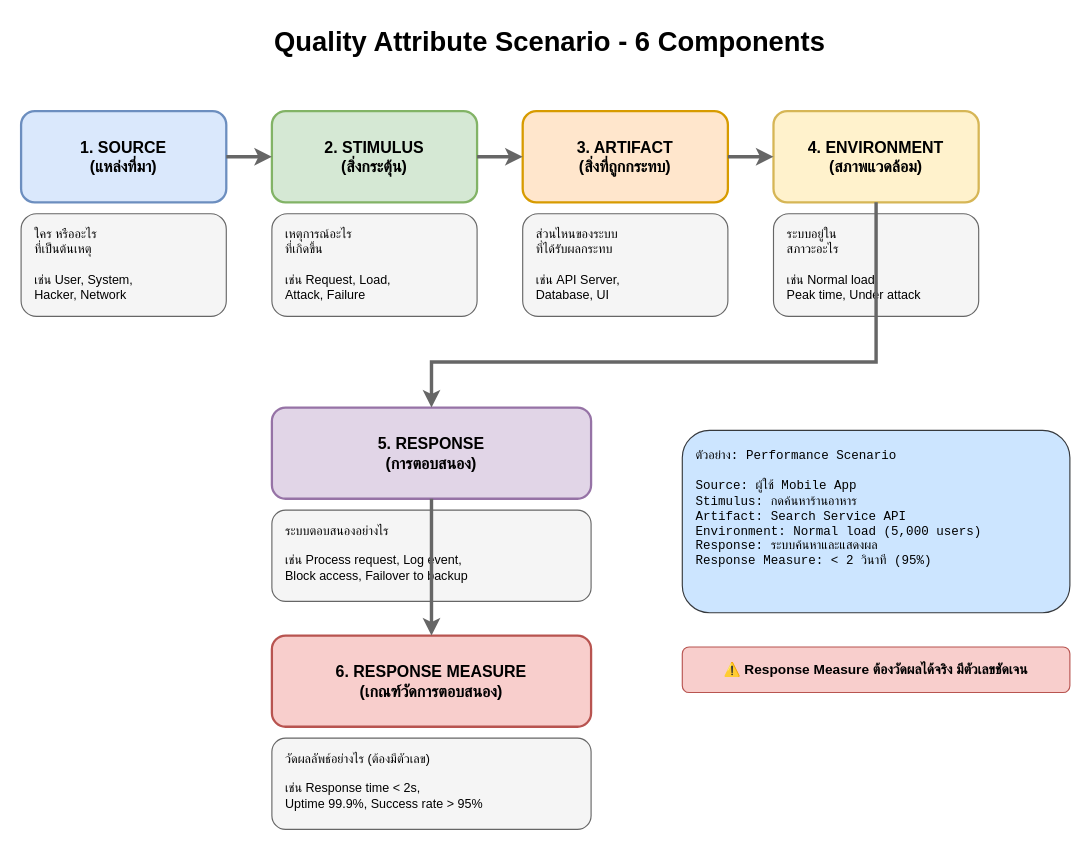
Before: page "diagram2_qa_scenario_structure" (2 of 5) of week2/engse207_week2.drawio in se-rmutl/engse207, a draw.io diagram. Source tidied: cells renumbered, new cells numbered last; positions are measured from the earlier drawing's top-left corner, leaving out a move shared by most shapes. Both pictures are drawn from the tidied source at 114%, with x=0, y=0 at pixel (21, 19).
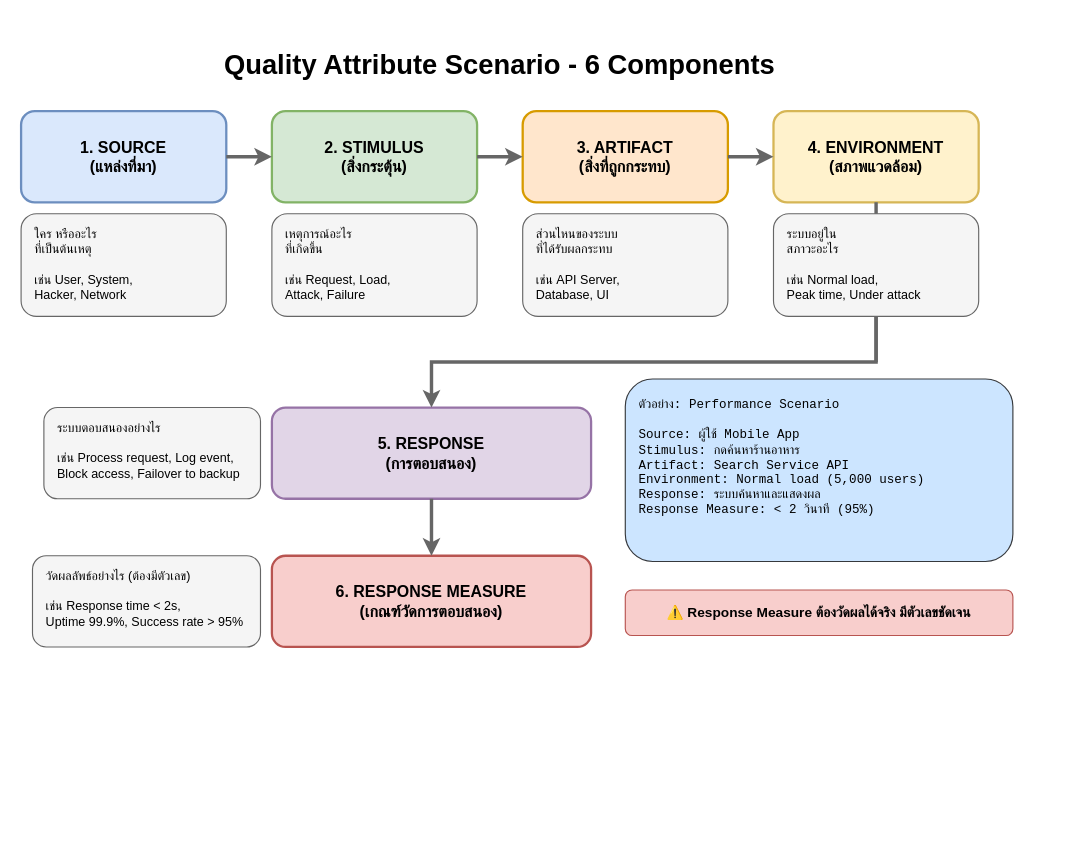
After the change.

Unchanged cells that the change refers to:
```xml
<mxCell id="9" value="4. ENVIRONMENT&#10;(สภาพแวดล้อม)" style="rounded=1;whiteSpace=wrap;html=1;fontSize=14;fontStyle=1;fillColor=#fff2cc;strokeColor=#d6b656;strokeWidth=2;align=center;" parent="1" vertex="1">
  <mxGeometry x="660" y="80" width="180" height="80" as="geometry" />
</mxCell>
<mxCell id="14" value="5. RESPONSE&#10;(การตอบสนอง)" style="rounded=1;whiteSpace=wrap;html=1;fontSize=14;fontStyle=1;fillColor=#e1d5e7;strokeColor=#9673a6;strokeWidth=2;align=center;" parent="1" vertex="1">
  <mxGeometry x="220" y="340" width="280" height="80" as="geometry" />
</mxCell>
```

The edit, as a diff of the source:
```diff
@@
     <mxCell id="2" value="Quality Attribute Scenario - 6 Components" style="text;html=1;strokeColor=none;fillColor=none;align=center;verticalAlign=middle;whiteSpace=wrap;rounded=0;fontSize=24;fontStyle=1;" parent="1" vertex="1">
-      <mxGeometry x="164" width="600" height="40" as="geometry" />
+      <mxGeometry x="120" y="20" width="600" height="40" as="geometry" />
     </mxCell>
@@
-    <mxCell id="10" value="ระบบอยู่ใน&#10;สภาวะอะไร&#10;&#10;เช่น Normal load,&#10;Peak time, Under attack" style="rounded=1;whiteSpace=wrap;html=1;fontSize=11;fillColor=#f5f5f5;strokeColor=#666666;align=left;verticalAlign=top;spacingLeft=10;spacingTop=5;" parent="1" vertex="1">
-      <mxGeometry x="660" y="170" width="180" height="90" as="geometry" />
-    </mxCell>
@@
-    <mxCell id="15" value="ระบบตอบสนองอย่างไร&#10;&#10;เช่น Process request, Log event,&#10;Block access, Failover to backup" style="rounded=1;whiteSpace=wrap;html=1;fontSize=11;fillColor=#f5f5f5;strokeColor=#666666;align=left;verticalAlign=top;spacingLeft=10;spacingTop=5;" parent="1" vertex="1">
-      <mxGeometry x="220" y="430" width="280" height="80" as="geometry" />
-    </mxCell>
     <mxCell id="16" value="6. RESPONSE MEASURE&#10;(เกณฑ์วัดการตอบสนอง)" style="rounded=1;whiteSpace=wrap;html=1;fontSize=14;fontStyle=1;fillColor=#f8cecc;strokeColor=#b85450;strokeWidth=2;align=center;" parent="1" vertex="1">
-      <mxGeometry x="220" y="540" width="280" height="80" as="geometry" />
+      <mxGeometry x="220" y="470" width="280" height="80" as="geometry" />
     </mxCell>
     <mxCell id="17" value="วัดผลลัพธ์อย่างไร (ต้องมีตัวเลข)&#10;&#10;เช่น Response time &lt; 2s,&#10;Uptime 99.9%, Success rate &gt; 95%" style="rounded=1;whiteSpace=wrap;html=1;fontSize=11;fillColor=#f5f5f5;strokeColor=#666666;align=left;verticalAlign=top;spacingLeft=10;spacingTop=5;" parent="1" vertex="1">
-      <mxGeometry x="220" y="630" width="280" height="80" as="geometry" />
+      <mxGeometry x="10" y="470" width="200" height="80" as="geometry" />
     </mxCell>
-    <mxCell id="18" style="edgeStyle=orthogonalEdgeStyle;rounded=0;jettySize=auto;html=1;exitX=0.5;exitY=1;exitDx=0;exitDy=0;entryX=0.5;entryY=0;entryDx=0;entryDy=0;strokeWidth=3;endArrow=classic;endFill=1;strokeColor=#666666;" parent="1" edge="1" source="9" target="14">
+    <mxCell id="18" style="edgeStyle=orthogonalEdgeStyle;rounded=0;jettySize=auto;html=1;exitX=0.5;exitY=1;exitDx=0;exitDy=0;entryX=0.5;entryY=0;entryDx=0;entryDy=0;strokeWidth=3;endArrow=classic;endFill=1;strokeColor=#666666;" parent="1" edge="1" source="10" target="14">
       <mxGeometry relative="1" as="geometry">
         <Array as="points">
-          <mxPoint x="750" y="300" />
           <mxPoint x="360" y="300" />
         </Array>
       </mxGeometry>
     </mxCell>
@@
     <mxCell id="20" value="ตัวอย่าง: Performance Scenario&#10;&#10;Source: ผู้ใช้ Mobile App&#10;Stimulus: กดค้นหาร้านอาหาร&#10;Artifact: Search Service API&#10;Environment: Normal load (5,000 users)&#10;Response: ระบบค้นหาและแสดงผล&#10;Response Measure: &lt; 2 วินาที (95%)" style="rounded=1;whiteSpace=wrap;html=1;fontSize=11;fillColor=#cce5ff;strokeColor=#36393d;align=left;verticalAlign=top;spacingLeft=10;spacingTop=10;fontFamily=Courier New;" parent="1" vertex="1">
-      <mxGeometry x="580" y="360" width="340" height="160" as="geometry" />
+      <mxGeometry x="530" y="315" width="340" height="160" as="geometry" />
     </mxCell>
     <mxCell id="21" value="⚠️ Response Measure ต้องวัดผลได้จริง มีตัวเลขชัดเจน" style="text;html=1;strokeColor=#b85450;fillColor=#f8cecc;align=center;verticalAlign=middle;whiteSpace=wrap;rounded=1;fontSize=12;fontStyle=1;" parent="1" vertex="1">
-      <mxGeometry x="580" y="550" width="340" height="40" as="geometry" />
+      <mxGeometry x="530" y="500" width="340" height="40" as="geometry" />
     </mxCell>
+    <mxCell id="22" style="edgeStyle=orthogonalEdgeStyle;rounded=0;jettySize=auto;html=1;exitX=0.5;exitY=1;exitDx=0;exitDy=0;entryX=0.5;entryY=0;entryDx=0;entryDy=0;strokeWidth=3;endArrow=classic;endFill=1;strokeColor=#666666;" parent="1" edge="1" source="9" target="10">
+      <mxGeometry relative="1" as="geometry">
+        <Array as="points">
+          <mxPoint x="750" y="300" />
+        </Array>
+      </mxGeometry>
+    </mxCell>
+    <mxCell id="10" value="ระบบอยู่ใน&#10;สภาวะอะไร&#10;&#10;เช่น Normal load,&#10;Peak time, Under attack" style="rounded=1;whiteSpace=wrap;html=1;fontSize=11;fillColor=#f5f5f5;strokeColor=#666666;align=left;verticalAlign=top;spacingLeft=10;spacingTop=5;" parent="1" vertex="1">
+      <mxGeometry x="660" y="170" width="180" height="90" as="geometry" />
+    </mxCell>
+    <mxCell id="15" value="ระบบตอบสนองอย่างไร&#10;&#10;เช่น Process request, Log event,&#10;Block access, Failover to backup" style="rounded=1;whiteSpace=wrap;html=1;fontSize=11;fillColor=#f5f5f5;strokeColor=#666666;align=left;verticalAlign=top;spacingLeft=10;spacingTop=5;" parent="1" vertex="1">
+      <mxGeometry x="20" y="340" width="190" height="80" as="geometry" />
+    </mxCell>
```
